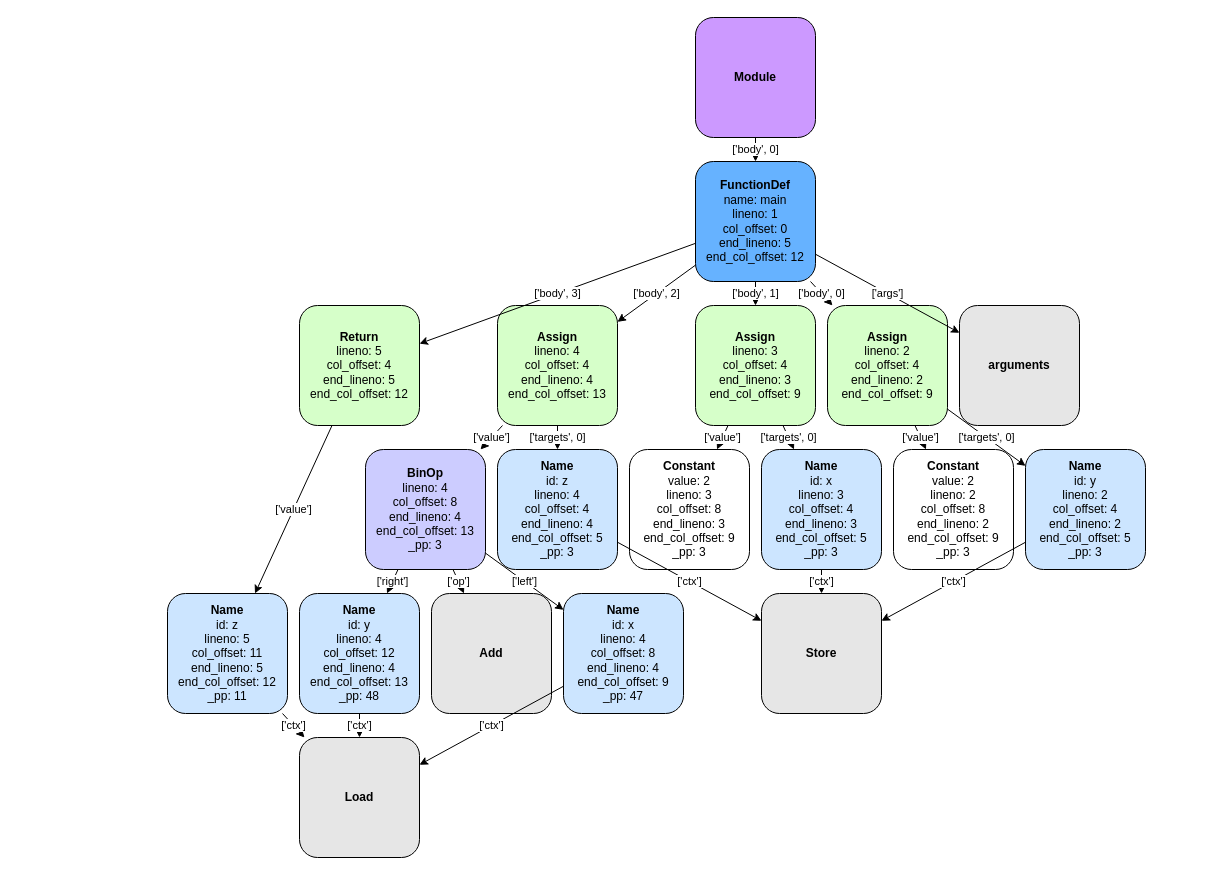
Earlier version of the draw.io diagram images/test-extraction-before.drawio (nastia-39/project-6390). Source tidied: cells renumbered, new cells numbered last; positions are measured from the earlier drawing's top-left corner, leaving out a move shared by most shapes. Both pictures are drawn from the tidied source at 100%, with x=0, y=0 at pixel (167, 17).
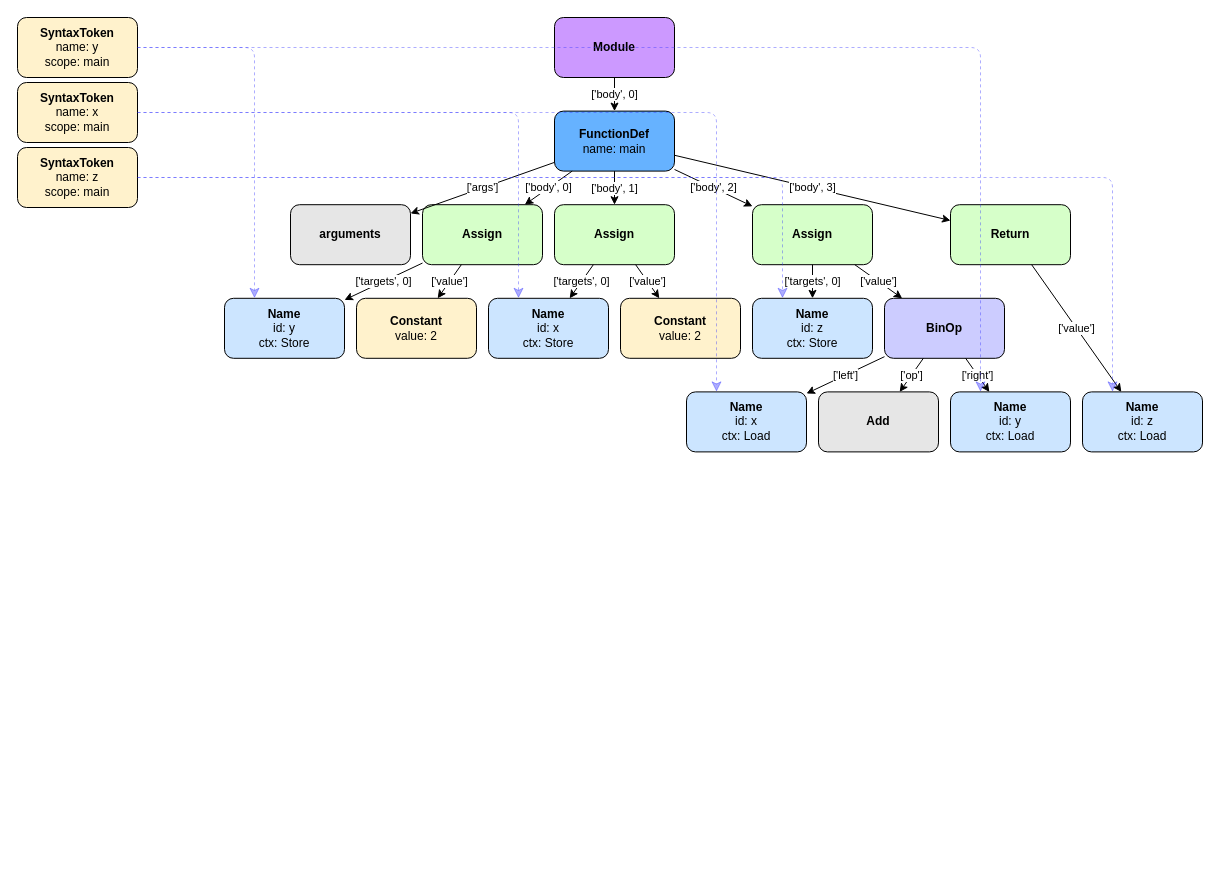
The same diagram, later.

What changed in the source:
```diff
@@
-    <mxCell id="2" value="&lt;b&gt;Module&lt;/b&gt;" style="rounded=1;whiteSpace=wrap;html=1;fillColor=#CC99FF;strokeColor=#000000;" parent="1" vertex="1">
-      <mxGeometry x="528" width="120" height="120" as="geometry" />
+    <mxCell id="2" value="&lt;b&gt;Module&lt;/b&gt;" style="whiteSpace=wrap;html=1;rounded=1;fillColor=#CC99FF;strokeColor=#000000;" parent="1" vertex="1">
+      <mxGeometry x="387" width="120" height="60" as="geometry" />
     </mxCell>
-    <mxCell id="3" value="&lt;b&gt;FunctionDef&lt;/b&gt;&lt;br&gt;name: main&lt;br&gt;lineno: 1&lt;br&gt;col_offset: 0&lt;br&gt;end_lineno: 5&lt;br&gt;end_col_offset: 12" style="rounded=1;whiteSpace=wrap;html=1;fillColor=#66B2FF;strokeColor=#000000;" parent="1" vertex="1">
-      <mxGeometry x="528" y="144" width="120" height="120" as="geometry" />
-    </mxCell>
+    <mxCell id="43" value="&lt;b&gt;FunctionDef&lt;/b&gt;&lt;br&gt;name: main" style="whiteSpace=wrap;html=1;rounded=1;fillColor=#66B2FF;strokeColor=#000000;" parent="1" vertex="1">
+      <mxGeometry x="387" y="93.6" width="120" height="60" as="geometry" />
+    </mxCell>
-    <mxCell id="4" value="&lt;b&gt;arguments&lt;/b&gt;" style="rounded=1;whiteSpace=wrap;html=1;fillColor=#E6E6E6;strokeColor=#000000;" parent="1" vertex="1">
-      <mxGeometry x="792" y="288" width="120" height="120" as="geometry" />
+    <mxCell id="4" value="&lt;b&gt;arguments&lt;/b&gt;" style="whiteSpace=wrap;html=1;rounded=1;fillColor=#E6E6E6;strokeColor=#000000;" parent="1" vertex="1">
+      <mxGeometry x="123" y="187.2" width="120" height="60" as="geometry" />
     </mxCell>
-    <mxCell id="5" value="&lt;b&gt;Assign&lt;/b&gt;&lt;br&gt;lineno: 2&lt;br&gt;col_offset: 4&lt;br&gt;end_lineno: 2&lt;br&gt;end_col_offset: 9" style="rounded=1;whiteSpace=wrap;html=1;fillColor=#D6FFC9;strokeColor=#000000;" parent="1" vertex="1">
-      <mxGeometry x="660" y="288" width="120" height="120" as="geometry" />
-    </mxCell>
-    <mxCell id="6" value="&lt;b&gt;Name&lt;/b&gt;&lt;br&gt;id: y&lt;br&gt;lineno: 2&lt;br&gt;col_offset: 4&lt;br&gt;end_lineno: 2&lt;br&gt;end_col_offset: 5&lt;br&gt;_pp: 3" style="rounded=1;whiteSpace=wrap;html=1;fillColor=#CCE5FF;strokeColor=#000000;" parent="1" vertex="1">
-      <mxGeometry x="858" y="432" width="120" height="120" as="geometry" />
-    </mxCell>
-    <mxCell id="7" value="&lt;b&gt;Store&lt;/b&gt;" style="rounded=1;whiteSpace=wrap;html=1;fillColor=#E6E6E6;strokeColor=#000000;" parent="1" vertex="1">
-      <mxGeometry x="594" y="576" width="120" height="120" as="geometry" />
-    </mxCell>
-    <mxCell id="8" value="&lt;b&gt;Constant&lt;/b&gt;&lt;br&gt;value: 2&lt;br&gt;lineno: 2&lt;br&gt;col_offset: 8&lt;br&gt;end_lineno: 2&lt;br&gt;end_col_offset: 9&lt;br&gt;_pp: 3" style="rounded=1;whiteSpace=wrap;html=1;fillColor=#FFFFFF;strokeColor=#000000;" parent="1" vertex="1">
-      <mxGeometry x="726" y="432" width="120" height="120" as="geometry" />
-    </mxCell>
-    <mxCell id="9" value="&lt;b&gt;Assign&lt;/b&gt;&lt;br&gt;lineno: 3&lt;br&gt;col_offset: 4&lt;br&gt;end_lineno: 3&lt;br&gt;end_col_offset: 9" style="rounded=1;whiteSpace=wrap;html=1;fillColor=#D6FFC9;strokeColor=#000000;" parent="1" vertex="1">
-      <mxGeometry x="528" y="288" width="120" height="120" as="geometry" />
-    </mxCell>
-    <mxCell id="10" value="&lt;b&gt;Name&lt;/b&gt;&lt;br&gt;id: x&lt;br&gt;lineno: 3&lt;br&gt;col_offset: 4&lt;br&gt;end_lineno: 3&lt;br&gt;end_col_offset: 5&lt;br&gt;_pp: 3" style="rounded=1;whiteSpace=wrap;html=1;fillColor=#CCE5FF;strokeColor=#000000;" parent="1" vertex="1">
-      <mxGeometry x="594" y="432" width="120" height="120" as="geometry" />
-    </mxCell>
-    <mxCell id="11" value="&lt;b&gt;Constant&lt;/b&gt;&lt;br&gt;value: 2&lt;br&gt;lineno: 3&lt;br&gt;col_offset: 8&lt;br&gt;end_lineno: 3&lt;br&gt;end_col_offset: 9&lt;br&gt;_pp: 3" style="rounded=1;whiteSpace=wrap;html=1;fillColor=#FFFFFF;strokeColor=#000000;" parent="1" vertex="1">
-      <mxGeometry x="462" y="432" width="120" height="120" as="geometry" />
-    </mxCell>
-    <mxCell id="12" value="&lt;b&gt;Assign&lt;/b&gt;&lt;br&gt;lineno: 4&lt;br&gt;col_offset: 4&lt;br&gt;end_lineno: 4&lt;br&gt;end_col_offset: 13" style="rounded=1;whiteSpace=wrap;html=1;fillColor=#D6FFC9;strokeColor=#000000;" parent="1" vertex="1">
-      <mxGeometry x="330" y="288" width="120" height="120" as="geometry" />
-    </mxCell>
-    <mxCell id="13" value="&lt;b&gt;Name&lt;/b&gt;&lt;br&gt;id: z&lt;br&gt;lineno: 4&lt;br&gt;col_offset: 4&lt;br&gt;end_lineno: 4&lt;br&gt;end_col_offset: 5&lt;br&gt;_pp: 3" style="rounded=1;whiteSpace=wrap;html=1;fillColor=#CCE5FF;strokeColor=#000000;" parent="1" vertex="1">
-      <mxGeometry x="330" y="432" width="120" height="120" as="geometry" />
-    </mxCell>
-    <mxCell id="14" value="&lt;b&gt;BinOp&lt;/b&gt;&lt;br&gt;lineno: 4&lt;br&gt;col_offset: 8&lt;br&gt;end_lineno: 4&lt;br&gt;end_col_offset: 13&lt;br&gt;_pp: 3" style="rounded=1;whiteSpace=wrap;html=1;fillColor=#CCCCFF;strokeColor=#000000;" parent="1" vertex="1">
-      <mxGeometry x="198" y="432" width="120" height="120" as="geometry" />
-    </mxCell>
-    <mxCell id="15" value="&lt;b&gt;Name&lt;/b&gt;&lt;br&gt;id: x&lt;br&gt;lineno: 4&lt;br&gt;col_offset: 8&lt;br&gt;end_lineno: 4&lt;br&gt;end_col_offset: 9&lt;br&gt;_pp: 47" style="rounded=1;whiteSpace=wrap;html=1;fillColor=#CCE5FF;strokeColor=#000000;" parent="1" vertex="1">
-      <mxGeometry x="396" y="576" width="120" height="120" as="geometry" />
-    </mxCell>
-    <mxCell id="16" value="&lt;b&gt;Load&lt;/b&gt;" style="rounded=1;whiteSpace=wrap;html=1;fillColor=#E6E6E6;strokeColor=#000000;" parent="1" vertex="1">
-      <mxGeometry x="132" y="720" width="120" height="120" as="geometry" />
-    </mxCell>
+    <mxCell id="44" value="&lt;b&gt;Assign&lt;/b&gt;" style="whiteSpace=wrap;html=1;rounded=1;fillColor=#D6FFC9;strokeColor=#000000;" parent="1" vertex="1">
+      <mxGeometry x="255" y="187.2" width="120" height="60" as="geometry" />
+    </mxCell>
+    <mxCell id="45" value="&lt;b&gt;Name&lt;/b&gt;&lt;br&gt;id: y&lt;br&gt;ctx: Store" style="whiteSpace=wrap;html=1;rounded=1;fillColor=#CCE5FF;strokeColor=#000000;" parent="1" vertex="1">
+      <mxGeometry x="57" y="280.8" width="120" height="60" as="geometry" />
+    </mxCell>
+    <mxCell id="46" value="&lt;b&gt;Constant&lt;/b&gt;&lt;br&gt;value: 2" style="whiteSpace=wrap;html=1;rounded=1;fillColor=#FFF2CC;strokeColor=#000000;" parent="1" vertex="1">
+      <mxGeometry x="189" y="280.8" width="120" height="60" as="geometry" />
+    </mxCell>
+    <mxCell id="47" value="&lt;b&gt;Assign&lt;/b&gt;" style="whiteSpace=wrap;html=1;rounded=1;fillColor=#D6FFC9;strokeColor=#000000;" parent="1" vertex="1">
+      <mxGeometry x="387" y="187.2" width="120" height="60" as="geometry" />
+    </mxCell>
+    <mxCell id="48" value="&lt;b&gt;Name&lt;/b&gt;&lt;br&gt;id: x&lt;br&gt;ctx: Store" style="whiteSpace=wrap;html=1;rounded=1;fillColor=#CCE5FF;strokeColor=#000000;" parent="1" vertex="1">
+      <mxGeometry x="321" y="280.8" width="120" height="60" as="geometry" />
+    </mxCell>
+    <mxCell id="49" value="&lt;b&gt;Constant&lt;/b&gt;&lt;br&gt;value: 2" style="whiteSpace=wrap;html=1;rounded=1;fillColor=#FFF2CC;strokeColor=#000000;" parent="1" vertex="1">
+      <mxGeometry x="453" y="280.8" width="120" height="60" as="geometry" />
+    </mxCell>
+    <mxCell id="50" value="&lt;b&gt;Assign&lt;/b&gt;" style="whiteSpace=wrap;html=1;rounded=1;fillColor=#D6FFC9;strokeColor=#000000;" parent="1" vertex="1">
+      <mxGeometry x="585" y="187.2" width="120" height="60" as="geometry" />
+    </mxCell>
+    <mxCell id="51" value="&lt;b&gt;Name&lt;/b&gt;&lt;br&gt;id: z&lt;br&gt;ctx: Store" style="whiteSpace=wrap;html=1;rounded=1;fillColor=#CCE5FF;strokeColor=#000000;" parent="1" vertex="1">
+      <mxGeometry x="585" y="280.8" width="120" height="60" as="geometry" />
+    </mxCell>
+    <mxCell id="52" value="&lt;b&gt;BinOp&lt;/b&gt;" style="whiteSpace=wrap;html=1;rounded=1;fillColor=#CCCCFF;strokeColor=#000000;" parent="1" vertex="1">
+      <mxGeometry x="717" y="280.8" width="120" height="60" as="geometry" />
+    </mxCell>
+    <mxCell id="53" value="&lt;b&gt;Name&lt;/b&gt;&lt;br&gt;id: x&lt;br&gt;ctx: Load" style="whiteSpace=wrap;html=1;rounded=1;fillColor=#CCE5FF;strokeColor=#000000;" parent="1" vertex="1">
+      <mxGeometry x="519" y="374.4" width="120" height="60" as="geometry" />
+    </mxCell>
-    <mxCell id="17" value="&lt;b&gt;Add&lt;/b&gt;" style="rounded=1;whiteSpace=wrap;html=1;fillColor=#E6E6E6;strokeColor=#000000;" parent="1" vertex="1">
-      <mxGeometry x="264" y="576" width="120" height="120" as="geometry" />
+    <mxCell id="17" value="&lt;b&gt;Add&lt;/b&gt;" style="whiteSpace=wrap;html=1;rounded=1;fillColor=#E6E6E6;strokeColor=#000000;" parent="1" vertex="1">
+      <mxGeometry x="651" y="374.4" width="120" height="60" as="geometry" />
     </mxCell>
-    <mxCell id="18" value="&lt;b&gt;Name&lt;/b&gt;&lt;br&gt;id: y&lt;br&gt;lineno: 4&lt;br&gt;col_offset: 12&lt;br&gt;end_lineno: 4&lt;br&gt;end_col_offset: 13&lt;br&gt;_pp: 48" style="rounded=1;whiteSpace=wrap;html=1;fillColor=#CCE5FF;strokeColor=#000000;" parent="1" vertex="1">
-      <mxGeometry x="132" y="576" width="120" height="120" as="geometry" />
-    </mxCell>
-    <mxCell id="19" value="&lt;b&gt;Return&lt;/b&gt;&lt;br&gt;lineno: 5&lt;br&gt;col_offset: 4&lt;br&gt;end_lineno: 5&lt;br&gt;end_col_offset: 12" style="rounded=1;whiteSpace=wrap;html=1;fillColor=#D6FFC9;strokeColor=#000000;" parent="1" vertex="1">
-      <mxGeometry x="132" y="288" width="120" height="120" as="geometry" />
-    </mxCell>
-    <mxCell id="20" value="&lt;b&gt;Name&lt;/b&gt;&lt;br&gt;id: z&lt;br&gt;lineno: 5&lt;br&gt;col_offset: 11&lt;br&gt;end_lineno: 5&lt;br&gt;end_col_offset: 12&lt;br&gt;_pp: 11" style="rounded=1;whiteSpace=wrap;html=1;fillColor=#CCE5FF;strokeColor=#000000;" parent="1" vertex="1">
-      <mxGeometry y="576" width="120" height="120" as="geometry" />
-    </mxCell>
-    <mxCell id="21" value="['body', 0]" style="endArrow=classic;html=1;" parent="1" edge="1" source="2" target="3">
-      <mxGeometry relative="1" as="geometry" />
-    </mxCell>
+    <mxCell id="54" value="&lt;b&gt;Name&lt;/b&gt;&lt;br&gt;id: y&lt;br&gt;ctx: Load" style="whiteSpace=wrap;html=1;rounded=1;fillColor=#CCE5FF;strokeColor=#000000;" parent="1" vertex="1">
+      <mxGeometry x="783" y="374.4" width="120" height="60" as="geometry" />
+    </mxCell>
+    <mxCell id="55" value="&lt;b&gt;Return&lt;/b&gt;" style="whiteSpace=wrap;html=1;rounded=1;fillColor=#D6FFC9;strokeColor=#000000;" parent="1" vertex="1">
+      <mxGeometry x="783" y="187.2" width="120" height="60" as="geometry" />
+    </mxCell>
+    <mxCell id="56" value="&lt;b&gt;Name&lt;/b&gt;&lt;br&gt;id: z&lt;br&gt;ctx: Load" style="whiteSpace=wrap;html=1;rounded=1;fillColor=#CCE5FF;strokeColor=#000000;" parent="1" vertex="1">
+      <mxGeometry x="915" y="374.4" width="120" height="60" as="geometry" />
+    </mxCell>
+    <mxCell id="57" value="['body', 0]" style="endArrow=classic;html=1;strokeColor=#000000;" parent="1" edge="1" source="2" target="43">
+      <mxGeometry relative="1" as="geometry" />
+    </mxCell>
-    <mxCell id="22" value="['args']" style="endArrow=classic;html=1;" parent="1" edge="1" source="3" target="4">
+    <mxCell id="22" value="['args']" style="endArrow=classic;html=1;strokeColor=#000000;" parent="1" edge="1" source="43" target="4">
       <mxGeometry relative="1" as="geometry" />
     </mxCell>
-    <mxCell id="23" value="['body', 0]" style="endArrow=classic;html=1;" parent="1" edge="1" source="3" target="5">
-      <mxGeometry relative="1" as="geometry" />
-    </mxCell>
-    <mxCell id="24" value="['targets', 0]" style="endArrow=classic;html=1;" parent="1" edge="1" source="5" target="6">
-      <mxGeometry relative="1" as="geometry" />
-    </mxCell>
-    <mxCell id="25" value="['ctx']" style="endArrow=classic;html=1;" parent="1" edge="1" source="6" target="7">
-      <mxGeometry relative="1" as="geometry" />
-    </mxCell>
-    <mxCell id="26" value="['value']" style="endArrow=classic;html=1;" parent="1" edge="1" source="5" target="8">
-      <mxGeometry relative="1" as="geometry" />
-    </mxCell>
+    <mxCell id="58" value="['body', 0]" style="endArrow=classic;html=1;strokeColor=#000000;" parent="1" edge="1" source="43" target="44">
+      <mxGeometry relative="1" as="geometry" />
+    </mxCell>
+    <mxCell id="59" value="['targets', 0]" style="endArrow=classic;html=1;strokeColor=#000000;" parent="1" edge="1" source="44" target="45">
+      <mxGeometry relative="1" as="geometry" />
+    </mxCell>
+    <mxCell id="60" value="['value']" style="endArrow=classic;html=1;strokeColor=#000000;" parent="1" edge="1" source="44" target="46">
+      <mxGeometry relative="1" as="geometry" />
+    </mxCell>
-    <mxCell id="27" value="['body', 1]" style="endArrow=classic;html=1;" parent="1" edge="1" source="3" target="9">
+    <mxCell id="27" value="['body', 1]" style="endArrow=classic;html=1;strokeColor=#000000;" parent="1" edge="1" source="43" target="47">
       <mxGeometry relative="1" as="geometry" />
     </mxCell>
-    <mxCell id="28" value="['targets', 0]" style="endArrow=classic;html=1;" parent="1" edge="1" source="9" target="10">
-      <mxGeometry relative="1" as="geometry" />
-    </mxCell>
-    <mxCell id="29" value="['ctx']" style="endArrow=classic;html=1;" parent="1" edge="1" source="10" target="7">
-      <mxGeometry relative="1" as="geometry" />
-    </mxCell>
-    <mxCell id="30" value="['value']" style="endArrow=classic;html=1;" parent="1" edge="1" source="9" target="11">
-      <mxGeometry relative="1" as="geometry" />
-    </mxCell>
+    <mxCell id="61" value="['targets', 0]" style="endArrow=classic;html=1;strokeColor=#000000;" parent="1" edge="1" source="47" target="48">
+      <mxGeometry relative="1" as="geometry" />
+    </mxCell>
+    <mxCell id="62" value="['value']" style="endArrow=classic;html=1;strokeColor=#000000;" parent="1" edge="1" source="47" target="49">
+      <mxGeometry relative="1" as="geometry" />
+    </mxCell>
-    <mxCell id="31" value="['body', 2]" style="endArrow=classic;html=1;" parent="1" edge="1" source="3" target="12">
+    <mxCell id="31" value="['body', 2]" style="endArrow=classic;html=1;strokeColor=#000000;" parent="1" edge="1" source="43" target="50">
       <mxGeometry relative="1" as="geometry" />
     </mxCell>
-    <mxCell id="32" value="['targets', 0]" style="endArrow=classic;html=1;" parent="1" edge="1" source="12" target="13">
-      <mxGeometry relative="1" as="geometry" />
-    </mxCell>
-    <mxCell id="33" value="['ctx']" style="endArrow=classic;html=1;" parent="1" edge="1" source="13" target="7">
-      <mxGeometry relative="1" as="geometry" />
-    </mxCell>
-    <mxCell id="34" value="['value']" style="endArrow=classic;html=1;" parent="1" edge="1" source="12" target="14">
-      <mxGeometry relative="1" as="geometry" />
-    </mxCell>
+    <mxCell id="63" value="['targets', 0]" style="endArrow=classic;html=1;strokeColor=#000000;" parent="1" edge="1" source="50" target="51">
+      <mxGeometry relative="1" as="geometry" />
+    </mxCell>
+    <mxCell id="64" value="['value']" style="endArrow=classic;html=1;strokeColor=#000000;" parent="1" edge="1" source="50" target="52">
+      <mxGeometry relative="1" as="geometry" />
+    </mxCell>
-    <mxCell id="35" value="['left']" style="endArrow=classic;html=1;" parent="1" edge="1" source="14" target="15">
+    <mxCell id="35" value="['left']" style="endArrow=classic;html=1;strokeColor=#000000;" parent="1" edge="1" source="52" target="53">
       <mxGeometry relative="1" as="geometry" />
     </mxCell>
-    <mxCell id="36" value="['ctx']" style="endArrow=classic;html=1;" parent="1" edge="1" source="15" target="16">
-      <mxGeometry relative="1" as="geometry" />
-    </mxCell>
-    <mxCell id="37" value="['op']" style="endArrow=classic;html=1;" parent="1" edge="1" source="14" target="17">
+    <mxCell id="37" value="['op']" style="endArrow=classic;html=1;strokeColor=#000000;" parent="1" edge="1" source="52" target="17">
       <mxGeometry relative="1" as="geometry" />
     </mxCell>
-    <mxCell id="38" value="['right']" style="endArrow=classic;html=1;" parent="1" edge="1" source="14" target="18">
+    <mxCell id="38" value="['right']" style="endArrow=classic;html=1;strokeColor=#000000;" parent="1" edge="1" source="52" target="54">
       <mxGeometry relative="1" as="geometry" />
     </mxCell>
-    <mxCell id="39" value="['ctx']" style="endArrow=classic;html=1;" parent="1" edge="1" source="18" target="16">
-      <mxGeometry relative="1" as="geometry" />
-    </mxCell>
-    <mxCell id="40" value="['body', 3]" style="endArrow=classic;html=1;" parent="1" edge="1" source="3" target="19">
+    <mxCell id="40" value="['body', 3]" style="endArrow=classic;html=1;strokeColor=#000000;" parent="1" edge="1" source="43" target="55">
       <mxGeometry relative="1" as="geometry" />
     </mxCell>
-    <mxCell id="41" value="['value']" style="endArrow=classic;html=1;" parent="1" edge="1" source="19" target="20">
-      <mxGeometry relative="1" as="geometry" />
-    </mxCell>
-    <mxCell id="42" value="['ctx']" style="endArrow=classic;html=1;" parent="1" edge="1" source="20" target="16">
-      <mxGeometry relative="1" as="geometry" />
-    </mxCell>
+    <mxCell id="65" value="['value']" style="endArrow=classic;html=1;strokeColor=#000000;" parent="1" edge="1" source="55" target="56">
+      <mxGeometry relative="1" as="geometry" />
+    </mxCell>
+    <mxCell id="66" value="&lt;b&gt;SyntaxToken&lt;/b&gt;&lt;br&gt;name: y&lt;br&gt;scope: main" style="whiteSpace=wrap;html=1;rounded=1;fillColor=#FFF2CC;strokeColor=#000000;" parent="1" vertex="1">
+      <mxGeometry x="-150" width="120" height="60" as="geometry" />
+    </mxCell>
+    <mxCell id="67" value="&lt;b&gt;SyntaxToken&lt;/b&gt;&lt;br&gt;name: x&lt;br&gt;scope: main" style="whiteSpace=wrap;html=1;rounded=1;fillColor=#FFF2CC;strokeColor=#000000;" parent="1" vertex="1">
+      <mxGeometry x="-150" y="65" width="120" height="60" as="geometry" />
+    </mxCell>
+    <mxCell id="68" value="&lt;b&gt;SyntaxToken&lt;/b&gt;&lt;br&gt;name: z&lt;br&gt;scope: main" style="whiteSpace=wrap;html=1;rounded=1;fillColor=#FFF2CC;strokeColor=#000000;" parent="1" vertex="1">
+      <mxGeometry x="-150" y="130" width="120" height="60" as="geometry" />
+    </mxCell>
+    <mxCell id="69" style="edgeStyle=segmentEdgeStyle;endArrow=classic;html=1;rounded=1;endSize=8;startSize=8;entryX=0.25;entryY=0;entryDx=0;entryDy=0;opacity=40;shadow=0;dashed=1;jumpSize=6;strokeColor=#3333FF;" parent="1" edge="1" source="66" target="45">
+      <mxGeometry relative="1" as="geometry" />
+    </mxCell>
+    <mxCell id="70" style="edgeStyle=segmentEdgeStyle;endArrow=classic;html=1;rounded=1;endSize=8;startSize=8;entryX=0.25;entryY=0;entryDx=0;entryDy=0;opacity=40;shadow=0;dashed=1;jumpSize=6;strokeColor=#3333FF;" parent="1" edge="1" source="66" target="54">
+      <mxGeometry relative="1" as="geometry" />
+    </mxCell>
+    <mxCell id="71" style="edgeStyle=segmentEdgeStyle;endArrow=classic;html=1;rounded=1;endSize=8;startSize=8;entryX=0.25;entryY=0;entryDx=0;entryDy=0;opacity=40;shadow=0;dashed=1;jumpSize=6;strokeColor=#3333FF;" parent="1" edge="1" source="67" target="48">
+      <mxGeometry relative="1" as="geometry" />
+    </mxCell>
+    <mxCell id="72" style="edgeStyle=segmentEdgeStyle;endArrow=classic;html=1;rounded=1;endSize=8;startSize=8;entryX=0.25;entryY=0;entryDx=0;entryDy=0;opacity=40;shadow=0;dashed=1;jumpSize=6;strokeColor=#3333FF;" parent="1" edge="1" source="67" target="53">
+      <mxGeometry relative="1" as="geometry" />
+    </mxCell>
+    <mxCell id="73" style="edgeStyle=segmentEdgeStyle;endArrow=classic;html=1;rounded=1;endSize=8;startSize=8;entryX=0.25;entryY=0;entryDx=0;entryDy=0;opacity=40;shadow=0;dashed=1;jumpSize=6;strokeColor=#3333FF;" parent="1" edge="1" source="68" target="51">
+      <mxGeometry relative="1" as="geometry" />
+    </mxCell>
+    <mxCell id="74" style="edgeStyle=segmentEdgeStyle;endArrow=classic;html=1;rounded=1;endSize=8;startSize=8;entryX=0.25;entryY=0;entryDx=0;entryDy=0;opacity=40;shadow=0;dashed=1;jumpSize=6;strokeColor=#3333FF;" parent="1" edge="1" source="68" target="56">
+      <mxGeometry relative="1" as="geometry" />
+    </mxCell>
```
